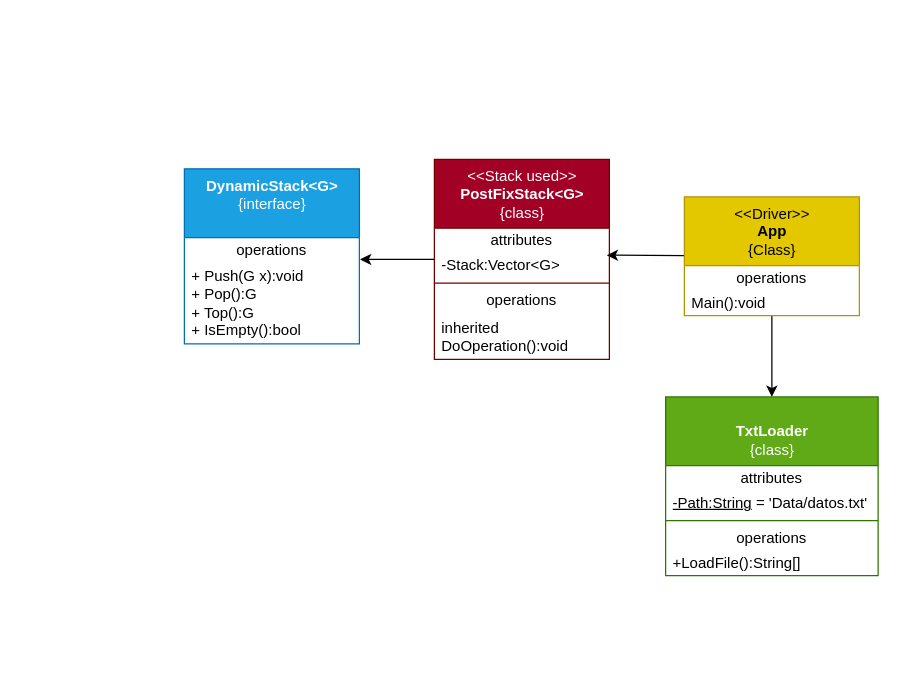
Termelius/Hoja-de-Trabajo-2 keeps this draw.io diagram as tasks/UML.drawio. Above is the earlier version. Source tidied: cells renumbered, new cells numbered last; positions are measured from the earlier drawing's top-left corner, leaving out a move shared by most shapes. Both pictures are drawn from the tidied source at 125%, with x=0, y=0 at pixel (184, 159).
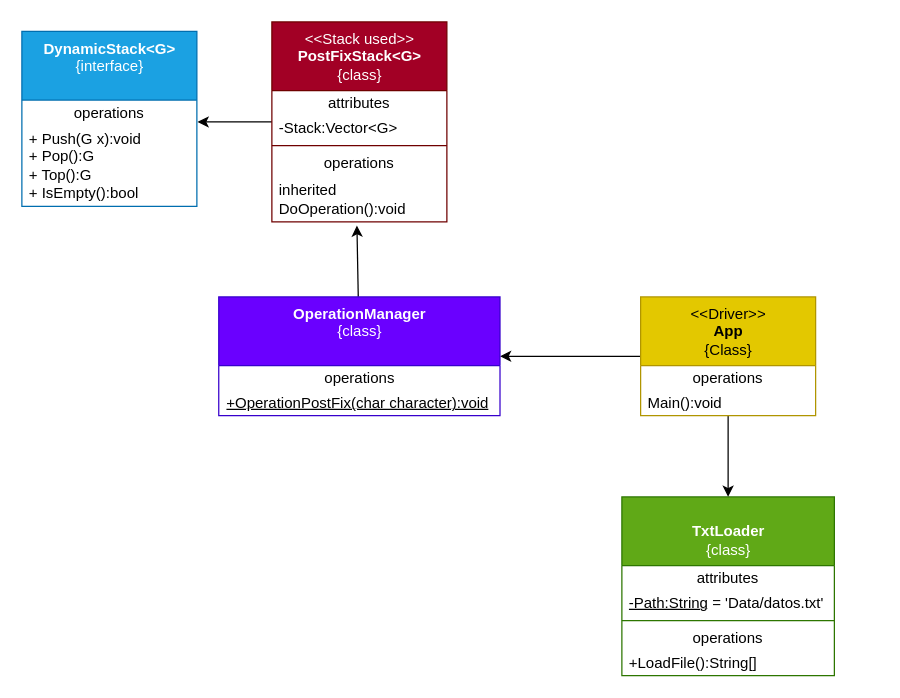
Above is the later version.

The change refers to these unchanged cells:
```xml
<mxCell id="8" value="-Stack:Vector&amp;lt;G&amp;gt;" style="text;html=1;strokeColor=none;fillColor=none;align=left;verticalAlign=middle;spacingLeft=4;spacingRight=4;overflow=hidden;points=[[0,0.5],[1,0.5]];portConstraint=eastwest;" parent="6" vertex="1">
  <mxGeometry y="75" width="140" height="20" as="geometry" />
</mxCell>
<mxCell id="11" value="inherited&amp;nbsp;&lt;br&gt;DoOperation():void" style="text;html=1;strokeColor=none;fillColor=none;align=left;verticalAlign=middle;spacingLeft=4;spacingRight=4;overflow=hidden;points=[[0,0.5],[1,0.5]];portConstraint=eastwest;" parent="6" vertex="1">
  <mxGeometry y="123" width="140" height="37" as="geometry" />
</mxCell>
```

The edit, as a diff of the source:
```diff
@@
     <mxCell id="2" value="&lt;b&gt;DynamicStack&amp;lt;G&amp;gt;&lt;/b&gt;&lt;br&gt;{interface}" style="swimlane;fontStyle=0;align=center;verticalAlign=top;horizontal=1;startSize=55;html=1;fillColor=#1ba1e2;fontColor=#ffffff;strokeColor=#006EAF;" parent="1" vertex="1">
-      <mxGeometry y="7.5" width="140" height="140" as="geometry" />
+      <mxGeometry x="-130" y="-102.5" width="140" height="140" as="geometry" />
     </mxCell>
@@
     <mxCell id="6" value="&amp;lt;&amp;lt;Stack used&amp;gt;&amp;gt;&lt;br&gt;&lt;b&gt;PostFixStack&amp;lt;G&amp;gt;&lt;/b&gt;&lt;br&gt;{class}" style="swimlane;fontStyle=0;align=center;verticalAlign=top;horizontal=1;startSize=55;html=1;fillColor=#a20025;fontColor=#ffffff;strokeColor=#6F0000;" parent="1" vertex="1">
-      <mxGeometry x="200" width="140" height="160" as="geometry" />
+      <mxGeometry x="70" y="-110" width="140" height="160" as="geometry" />
     </mxCell>
@@
     <mxCell id="12" value="&lt;br&gt;&lt;b&gt;TxtLoader&lt;/b&gt;&lt;br&gt;{class}" style="swimlane;fontStyle=0;align=center;verticalAlign=top;horizontal=1;startSize=55;html=1;fillColor=#60a917;fontColor=#ffffff;strokeColor=#2D7600;" parent="1" vertex="1">
-      <mxGeometry x="385" y="190" width="170" height="143" as="geometry" />
+      <mxGeometry x="350" y="270" width="170" height="143" as="geometry" />
     </mxCell>
@@
-    <mxCell id="18" style="edgeStyle=none;html=1;entryX=0.985;entryY=0.082;entryDx=0;entryDy=0;entryPerimeter=0;" parent="1" edge="1" source="20" target="8">
-      <mxGeometry relative="1" as="geometry" />
-    </mxCell>
@@
+    <mxCell id="23" style="edgeStyle=none;html=1;entryX=1;entryY=0.5;entryDx=0;entryDy=0;" parent="1" edge="1" source="20" target="25">
+      <mxGeometry relative="1" as="geometry" />
+    </mxCell>
     <mxCell id="20" value="&amp;lt;&amp;lt;Driver&amp;gt;&amp;gt;&lt;br&gt;&lt;b&gt;App&lt;/b&gt;&lt;br&gt;{Class}" style="swimlane;fontStyle=0;align=center;verticalAlign=top;horizontal=1;startSize=55;html=1;fillColor=#e3c800;fontColor=#000000;strokeColor=#B09500;" parent="1" vertex="1">
-      <mxGeometry x="400" y="30" width="140" height="95" as="geometry" />
+      <mxGeometry x="365" y="110" width="140" height="95" as="geometry" />
     </mxCell>
@@
+    <mxCell id="24" style="edgeStyle=none;html=1;entryX=0.486;entryY=1.079;entryDx=0;entryDy=0;entryPerimeter=0;" parent="1" edge="1" source="25" target="11">
+      <mxGeometry relative="1" as="geometry" />
+    </mxCell>
+    <mxCell id="25" value="&lt;b&gt;OperationManager&lt;/b&gt;&lt;br&gt;{class}" style="swimlane;fontStyle=0;align=center;verticalAlign=top;horizontal=1;startSize=55;html=1;fillColor=#6a00ff;fontColor=#ffffff;strokeColor=#3700CC;" parent="1" vertex="1">
+      <mxGeometry x="27.5" y="110" width="225" height="95" as="geometry" />
+    </mxCell>
+    <mxCell id="26" value="operations" style="text;html=1;strokeColor=none;fillColor=none;align=center;verticalAlign=middle;spacingLeft=4;spacingRight=4;overflow=hidden;" parent="25" vertex="1">
+      <mxGeometry y="55" width="225" height="20" as="geometry" />
+    </mxCell>
+    <mxCell id="27" value="&lt;u&gt;+OperationPostFix(char character):void&lt;/u&gt;" style="text;html=1;strokeColor=none;fillColor=none;align=left;verticalAlign=middle;spacingLeft=4;spacingRight=4;overflow=hidden;" parent="25" vertex="1">
+      <mxGeometry y="75" width="225" height="20" as="geometry" />
+    </mxCell>
```
